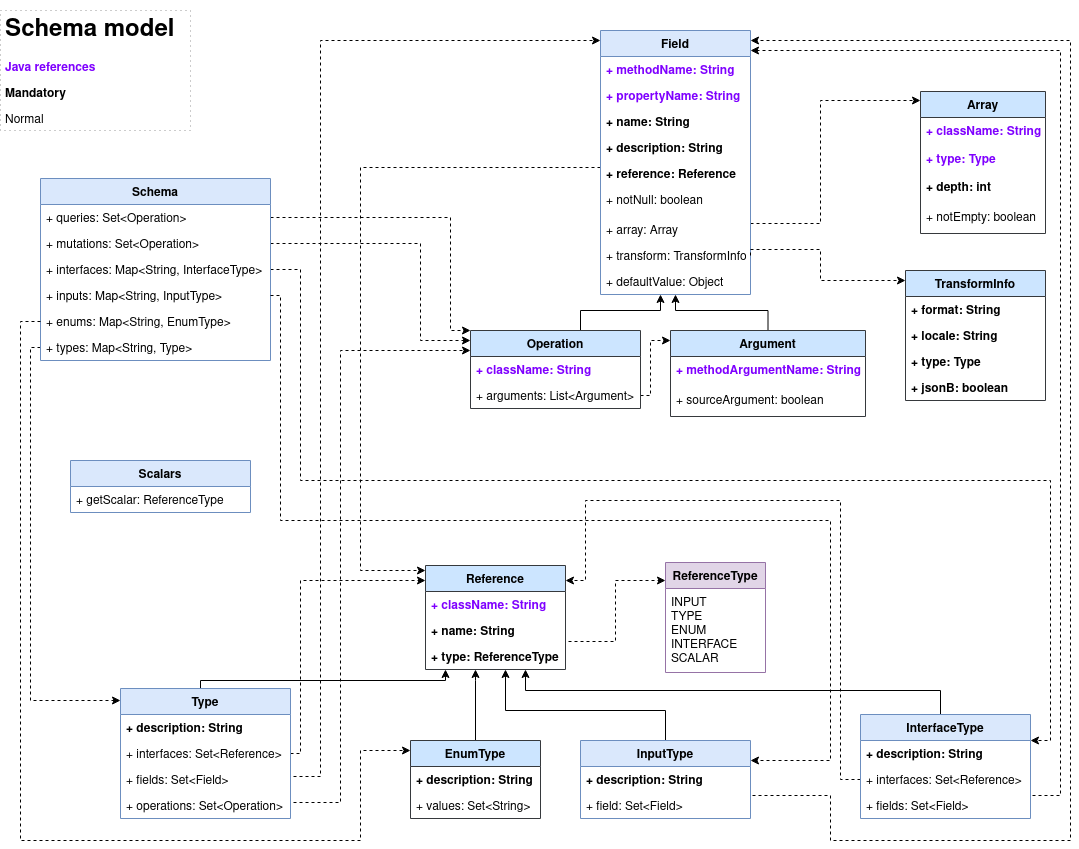
This is common/schema-model/classdiagram.png from smallrye/smallrye-graphql, a draw.io export, as it was before one commit. Source tidied: cells renumbered, new cells last; positions are measured from the earlier drawing's top-left corner, leaving out a move shared by most shapes.
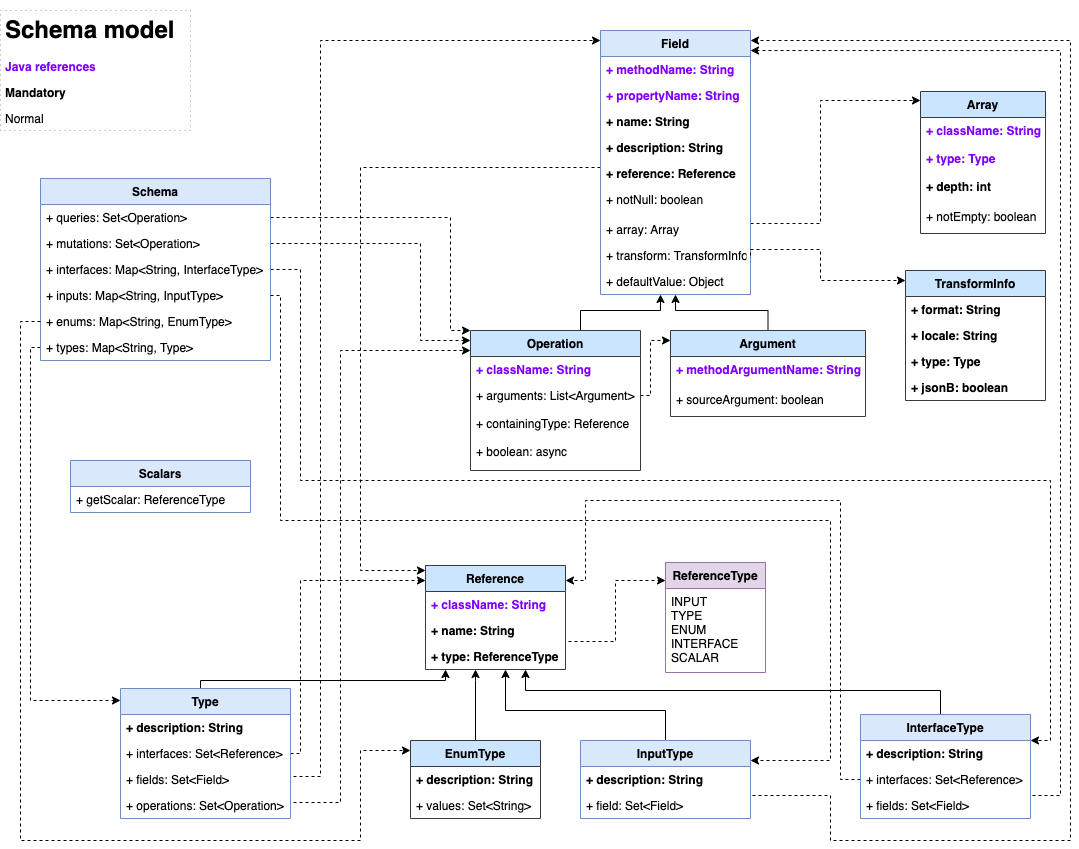
After the commit.

Commit message:
Update schema-diagram and readme

The edit, as a diff of the source:
```diff
@@ -279,13 +279,13 @@
       <mxGeometry y="56" width="195" height="30" as="geometry" />
     </mxCell>
     <mxCell id="54" value="Operation" style="swimlane;fontStyle=1;horizontal=1;startSize=26;fillColor=#cce5ff;strokeColor=#36393d;" parent="1" vertex="1">
-      <mxGeometry x="470" y="320" width="170" height="78" as="geometry" />
+      <mxGeometry x="470" y="320" width="170" height="140" as="geometry" />
     </mxCell>
     <mxCell id="55" value="+ className: String" style="text;align=left;verticalAlign=top;spacingLeft=4;spacingRight=4;overflow=hidden;fontColor=#7F00FF;fontStyle=1;" parent="54" vertex="1">
       <mxGeometry y="26" width="170" height="26" as="geometry" />
     </mxCell>
-    <mxCell id="56" value="+ arguments: List&lt;Argument&gt;" style="text;strokeColor=none;fillColor=none;align=left;verticalAlign=top;spacingLeft=4;spacingRight=4;overflow=hidden;points=[[0,0.5],[1,0.5]];portConstraint=eastwest;" parent="54" vertex="1">
-      <mxGeometry y="52" width="170" height="26" as="geometry" />
+    <mxCell id="56" value="+ arguments: List&lt;Argument&gt;&#10;&#10;+ containingType: Reference&#10;&#10;+ boolean: async" style="text;strokeColor=none;fillColor=none;align=left;verticalAlign=top;spacingLeft=4;spacingRight=4;overflow=hidden;points=[[0,0.5],[1,0.5]];portConstraint=eastwest;" parent="54" vertex="1">
+      <mxGeometry y="52" width="170" height="88" as="geometry" />
     </mxCell>
     <mxCell id="57" style="edgeStyle=orthogonalEdgeStyle;rounded=0;jettySize=auto;html=1;" parent="1" edge="1" source="58" target="63">
       <mxGeometry relative="1" as="geometry">
```
